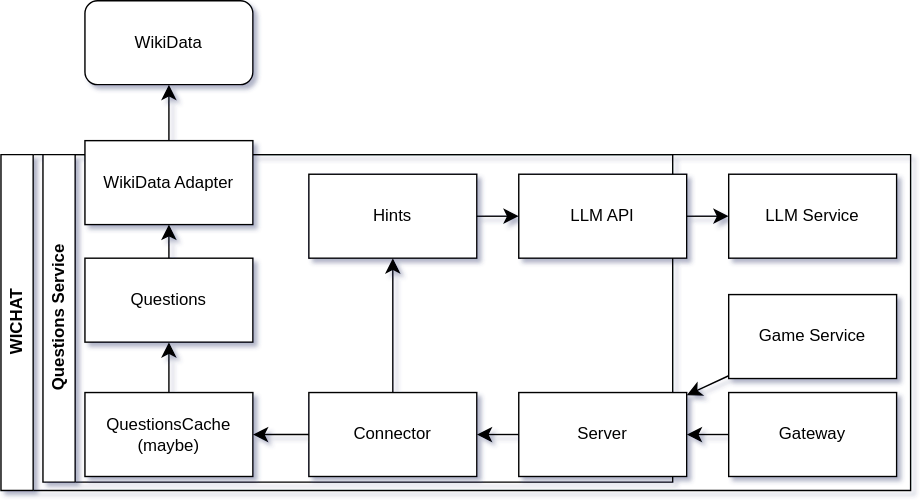
Earlier version of the draw.io export docs/images/build_block_view/questions_service.drawio.svg (Arquisoft/wichat_en1c). Source tidied: cells renumbered, new cells last; positions are measured from the earlier drawing's top-left corner, leaving out a move shared by most shapes.
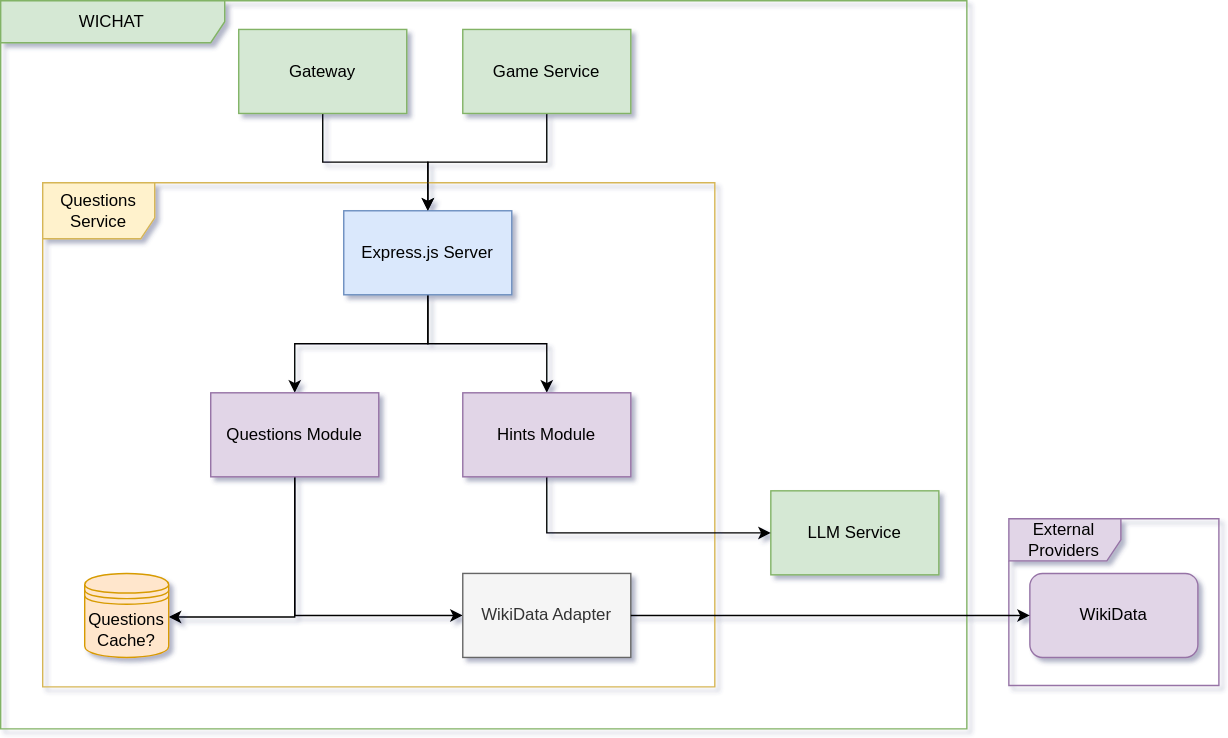
After the change.

What changed in the source:
```diff
@@ -2,74 +2,77 @@
   <root>
     <mxCell id="0" />
     <mxCell id="1" parent="0" />
-    <mxCell id="2" value="WikiData" style="rounded=1;whiteSpace=wrap;html=1;" parent="1" vertex="1">
-      <mxGeometry x="60" width="120" height="60" as="geometry" />
+    <mxCell id="2" value="WICHAT" style="shape=umlFrame;whiteSpace=wrap;html=1;width=160;fillColor=#d5e8d4;strokeColor=#82b366;" parent="1" vertex="1">
+      <mxGeometry x="60" width="690" height="520" as="geometry" />
     </mxCell>
-    <mxCell id="3" style="edgeStyle=none;curved=1;rounded=0;jettySize=auto;html=1;fontSize=12;startSize=8;endSize=8;" parent="1" edge="1" source="6" target="2">
+    <mxCell id="3" style="edgeStyle=orthogonalEdgeStyle;rounded=0;jettySize=auto;html=1;" parent="2" edge="1" source="4" target="8">
       <mxGeometry relative="1" as="geometry" />
     </mxCell>
-    <mxCell id="4" value="WICHAT" style="swimlane;horizontal=0;whiteSpace=wrap;html=1;" parent="1" vertex="1">
-      <mxGeometry y="110" width="650" height="240" as="geometry" />
+    <mxCell id="4" value="Gateway" style="rounded=0;whiteSpace=wrap;html=1;fillColor=#d5e8d4;strokeColor=#82b366;" parent="2" vertex="1">
+      <mxGeometry x="170" y="20.5" width="120" height="60" as="geometry" />
     </mxCell>
-    <mxCell id="5" value="Questions Service" style="swimlane;horizontal=0;whiteSpace=wrap;html=1;" parent="4" vertex="1">
-      <mxGeometry x="30" width="450" height="234" as="geometry" />
+    <mxCell id="5" value="Questions Service" style="shape=umlFrame;whiteSpace=wrap;html=1;fillColor=#fff2cc;strokeColor=#d6b656;fillStyle=auto;width=80;height=40;" parent="2" vertex="1">
+      <mxGeometry x="30" y="130" width="480" height="360" as="geometry" />
     </mxCell>
-    <mxCell id="6" value="WikiData Adapter" style="rounded=0;whiteSpace=wrap;html=1;" parent="5" vertex="1">
-      <mxGeometry x="30" y="-10" width="120" height="60" as="geometry" />
+    <mxCell id="6" style="edgeStyle=orthogonalEdgeStyle;rounded=0;jettySize=auto;html=1;" parent="2" edge="1" source="8" target="14">
+      <mxGeometry relative="1" as="geometry" />
     </mxCell>
-    <mxCell id="7" style="edgeStyle=none;curved=1;rounded=0;jettySize=auto;html=1;fontSize=12;startSize=8;endSize=8;" parent="5" edge="1" source="8" target="6">
+    <mxCell id="7" style="edgeStyle=orthogonalEdgeStyle;rounded=0;jettySize=auto;html=1;" parent="2" edge="1" source="8" target="16">
       <mxGeometry relative="1" as="geometry" />
     </mxCell>
-    <mxCell id="8" value="Questions" style="rounded=0;whiteSpace=wrap;html=1;" parent="5" vertex="1">
-      <mxGeometry x="30" y="74" width="120" height="60" as="geometry" />
+    <mxCell id="8" value="Express.js Server" style="rounded=0;whiteSpace=wrap;html=1;fillColor=#dae8fc;strokeColor=#6c8ebf;" parent="2" vertex="1">
+      <mxGeometry x="245" y="150" width="120" height="60" as="geometry" />
     </mxCell>
-    <mxCell id="9" value="Hints" style="rounded=0;whiteSpace=wrap;html=1;" parent="5" vertex="1">
-      <mxGeometry x="190" y="14" width="120" height="60" as="geometry" />
+    <mxCell id="9" style="edgeStyle=orthogonalEdgeStyle;rounded=0;jettySize=auto;html=1;" parent="2" edge="1" source="10" target="8">
+      <mxGeometry relative="1" as="geometry" />
     </mxCell>
-    <mxCell id="10" value="LLM API" style="rounded=0;whiteSpace=wrap;html=1;" parent="5" vertex="1">
-      <mxGeometry x="340" y="14" width="120" height="60" as="geometry" />
+    <mxCell id="10" value="Game Service" style="rounded=0;whiteSpace=wrap;html=1;fillColor=#d5e8d4;strokeColor=#82b366;" parent="2" vertex="1">
+      <mxGeometry x="330" y="20.5" width="120" height="60" as="geometry" />
     </mxCell>
-    <mxCell id="11" style="edgeStyle=none;curved=1;rounded=0;jettySize=auto;html=1;fontSize=12;startSize=8;endSize=8;" parent="5" edge="1" source="9" target="10">
-      <mxGeometry relative="1" as="geometry" />
+    <mxCell id="11" value="LLM Service" style="rounded=0;whiteSpace=wrap;html=1;fillColor=#d5e8d4;strokeColor=#82b366;" parent="2" vertex="1">
+      <mxGeometry x="550" y="350" width="120" height="60" as="geometry" />
     </mxCell>
-    <mxCell id="12" style="edgeStyle=none;curved=1;rounded=0;jettySize=auto;html=1;fontSize=12;startSize=8;endSize=8;" parent="4" edge="1" source="21" target="19">
-      <mxGeometry relative="1" as="geometry" />
+    <mxCell id="12" style="edgeStyle=orthogonalEdgeStyle;rounded=0;jettySize=auto;html=1;" parent="2" edge="1" source="14" target="17">
+      <mxGeometry relative="1" as="geometry">
+        <Array as="points">
+          <mxPoint x="210" y="439" />
+        </Array>
+      </mxGeometry>
     </mxCell>
-    <mxCell id="13" style="edgeStyle=none;curved=1;rounded=0;jettySize=auto;html=1;fontSize=12;startSize=8;endSize=8;" parent="4" edge="1" source="10" target="14">
-      <mxGeometry relative="1" as="geometry" />
+    <mxCell id="13" style="edgeStyle=orthogonalEdgeStyle;rounded=0;jettySize=auto;html=1;" parent="2" edge="1" source="14" target="21">
+      <mxGeometry relative="1" as="geometry">
+        <Array as="points">
+          <mxPoint x="210" y="440" />
+        </Array>
+      </mxGeometry>
     </mxCell>
-    <mxCell id="14" value="LLM Service" style="rounded=0;whiteSpace=wrap;html=1;" parent="4" vertex="1">
-      <mxGeometry x="520" y="14" width="120" height="60" as="geometry" />
+    <mxCell id="14" value="Questions Module" style="whiteSpace=wrap;html=1;fillColor=#e1d5e7;strokeColor=#9673a6;" parent="2" vertex="1">
+      <mxGeometry x="150" y="280" width="120" height="60" as="geometry" />
     </mxCell>
-    <mxCell id="15" style="edgeStyle=none;curved=1;rounded=0;jettySize=auto;html=1;fontSize=12;startSize=8;endSize=8;" parent="4" edge="1" source="19" target="17">
-      <mxGeometry relative="1" as="geometry" />
+    <mxCell id="15" style="edgeStyle=orthogonalEdgeStyle;rounded=0;jettySize=auto;html=1;exitX=0.5;exitY=1;exitDx=0;exitDy=0;" parent="2" edge="1" source="16" target="11">
+      <mxGeometry relative="1" as="geometry">
+        <Array as="points">
+          <mxPoint x="390" y="380" />
+        </Array>
+      </mxGeometry>
     </mxCell>
-    <mxCell id="16" value="QuestionsCache&lt;br&gt;(maybe)" style="rounded=0;whiteSpace=wrap;html=1;" parent="4" vertex="1">
-      <mxGeometry x="60" y="170" width="120" height="60" as="geometry" />
+    <mxCell id="16" value="Hints Module" style="whiteSpace=wrap;html=1;fillColor=#e1d5e7;strokeColor=#9673a6;" parent="2" vertex="1">
+      <mxGeometry x="330" y="280" width="120" height="60" as="geometry" />
     </mxCell>
-    <mxCell id="17" value="Connector" style="rounded=0;whiteSpace=wrap;html=1;" parent="4" vertex="1">
-      <mxGeometry x="220" y="170" width="120" height="60" as="geometry" />
+    <mxCell id="17" value="WikiData Adapter" style="whiteSpace=wrap;html=1;fillColor=#f5f5f5;strokeColor=#666666;fontColor=#333333;" parent="2" vertex="1">
+      <mxGeometry x="330" y="409" width="120" height="60" as="geometry" />
     </mxCell>
-    <mxCell id="18" style="edgeStyle=none;curved=1;rounded=0;jettySize=auto;html=1;fontSize=12;startSize=8;endSize=8;" parent="4" edge="1" source="16" target="8">
-      <mxGeometry relative="1" as="geometry" />
+    <mxCell id="18" value="External Providers" style="shape=umlFrame;whiteSpace=wrap;html=1;fillColor=#e1d5e7;strokeColor=#9673a6;width=80;height=30;" parent="2" vertex="1">
+      <mxGeometry x="720" y="370" width="150" height="119" as="geometry" />
     </mxCell>
-    <mxCell id="19" value="Server" style="rounded=0;whiteSpace=wrap;html=1;" parent="4" vertex="1">
-      <mxGeometry x="370" y="170" width="120" height="60" as="geometry" />
+    <mxCell id="19" value="WikiData" style="rounded=1;whiteSpace=wrap;html=1;fillColor=#e1d5e7;strokeColor=#9673a6;" parent="2" vertex="1">
+      <mxGeometry x="735" y="409" width="120" height="60" as="geometry" />
     </mxCell>
-    <mxCell id="20" style="edgeStyle=none;curved=1;rounded=0;jettySize=auto;html=1;fontSize=12;startSize=8;endSize=8;" parent="4" edge="1" source="17" target="16">
+    <mxCell id="20" style="edgeStyle=orthogonalEdgeStyle;rounded=0;jettySize=auto;html=1;" parent="2" edge="1" source="17" target="19">
       <mxGeometry relative="1" as="geometry" />
     </mxCell>
-    <mxCell id="21" value="Gateway" style="rounded=0;whiteSpace=wrap;html=1;" parent="4" vertex="1">
-      <mxGeometry x="520" y="170" width="120" height="60" as="geometry" />
+    <mxCell id="21" value="Questions Cache?" style="shape=datastore;whiteSpace=wrap;html=1;fillColor=#ffe6cc;strokeColor=#d79b00;" parent="2" vertex="1">
+      <mxGeometry x="60" y="409" width="60" height="60" as="geometry" />
     </mxCell>
-    <mxCell id="22" style="edgeStyle=none;curved=1;rounded=0;jettySize=auto;html=1;fontSize=12;startSize=8;endSize=8;" parent="4" edge="1" source="17" target="9">
-      <mxGeometry relative="1" as="geometry" />
-    </mxCell>
-    <mxCell id="23" style="edgeStyle=none;curved=1;rounded=0;jettySize=auto;html=1;fontSize=12;startSize=8;endSize=8;" parent="4" edge="1" source="24" target="19">
-      <mxGeometry relative="1" as="geometry" />
-    </mxCell>
-    <mxCell id="24" value="Game Service" style="rounded=0;whiteSpace=wrap;html=1;" parent="4" vertex="1">
-      <mxGeometry x="520" y="100" width="120" height="60" as="geometry" />
-    </mxCell>
   </root>
 </mxGraphModel>
```
